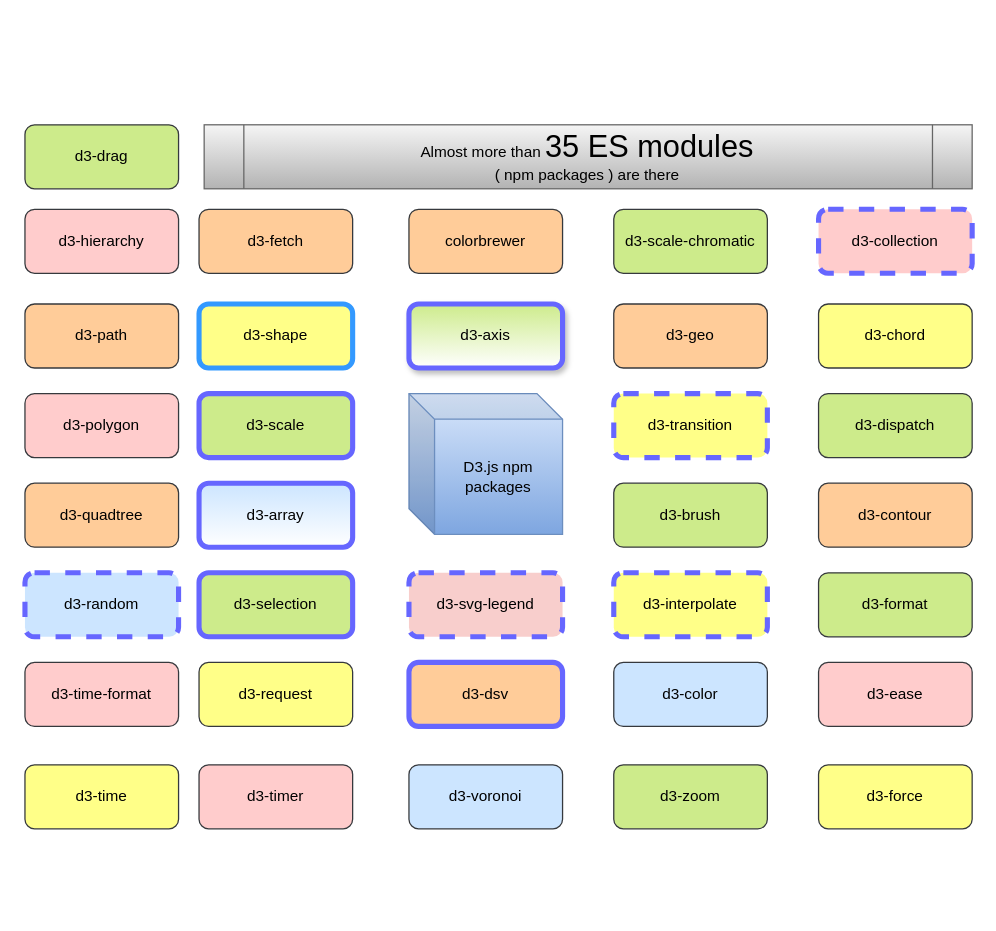
Before: page "D3 Packages" (4 of 8) of My Articles/d3/D3 Understanding.drawio in anbarasan-raji/books, a draw.io diagram. Source tidied: cells renumbered, new cells numbered last; positions are measured from the earlier drawing's top-left corner, leaving out a move shared by most shapes. Both pictures are drawn from the tidied source at 128%, with x=0, y=0 at pixel (24, 124).
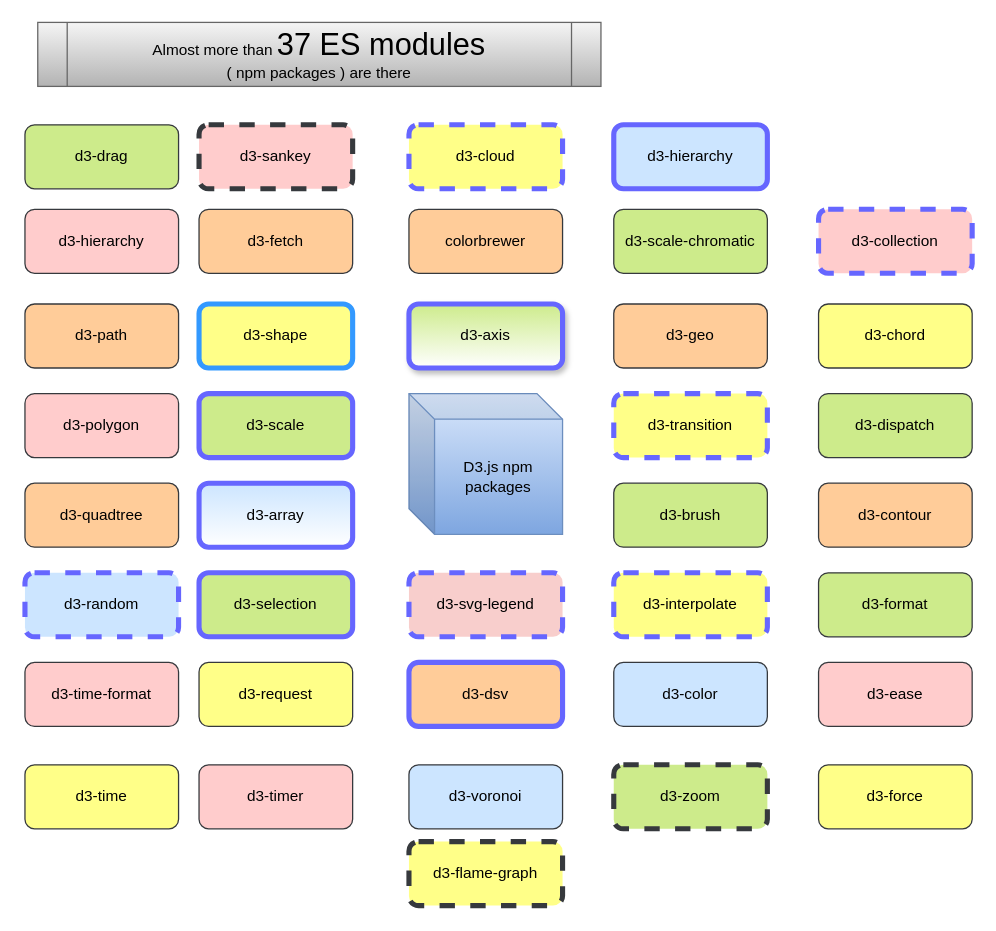
The same diagram, later.

Change to the diagram source:
```diff
@@
-    <mxCell id="33" value="d3-zoom" style="rounded=1;whiteSpace=wrap;html=1;fillColor=#cdeb8b;strokeColor=#36393d;" parent="1" vertex="1">
+    <mxCell id="33" value="d3-zoom" style="rounded=1;whiteSpace=wrap;html=1;fillColor=#cdeb8b;strokeColor=#36393d;dashed=1;strokeWidth=4;" parent="1" vertex="1">
       <mxGeometry x="460" y="500" width="120" height="50" as="geometry" />
     </mxCell>
@@
-    <mxCell id="37" value="Almost more than &lt;font style=&quot;font-size: 24px&quot;&gt;35 ES modules&lt;/font&gt; &lt;br&gt;( npm packages ) are there" style="shape=process;whiteSpace=wrap;html=1;backgroundOutline=1;size=0.05238095238095238;gradientColor=#b3b3b3;fillColor=#f5f5f5;strokeColor=#666666;" parent="1" vertex="1">
-      <mxGeometry x="140" width="600" height="50" as="geometry" />
+    <mxCell id="37" value="Almost more than &lt;font style=&quot;font-size: 24px&quot;&gt;37 ES modules&lt;/font&gt; &lt;br&gt;( npm packages ) are there" style="shape=process;whiteSpace=wrap;html=1;backgroundOutline=1;size=0.05238095238095238;gradientColor=#b3b3b3;fillColor=#f5f5f5;strokeColor=#666666;" parent="1" vertex="1">
+      <mxGeometry x="10" y="-80" width="440" height="50" as="geometry" />
     </mxCell>
+    <mxCell id="38" value="d3-sankey" style="rounded=1;whiteSpace=wrap;html=1;fillColor=#ffcccc;strokeColor=#36393d;strokeWidth=4;dashed=1;" parent="1" vertex="1">
+      <mxGeometry x="136" width="120" height="50" as="geometry" />
+    </mxCell>
+    <mxCell id="39" value="d3-cloud" style="rounded=1;whiteSpace=wrap;html=1;fillColor=#ffff88;strokeColor=#6666FF;strokeWidth=4;dashed=1;" parent="1" vertex="1">
+      <mxGeometry x="300" width="120" height="50" as="geometry" />
+    </mxCell>
+    <mxCell id="40" value="d3-hierarchy" style="rounded=1;whiteSpace=wrap;html=1;fillColor=#cce5ff;strokeColor=#6666FF;strokeWidth=4;" parent="1" vertex="1">
+      <mxGeometry x="460" width="120" height="50" as="geometry" />
+    </mxCell>
+    <mxCell id="41" value="d3-flame-graph" style="rounded=1;whiteSpace=wrap;html=1;fillColor=#ffff88;strokeColor=#36393d;dashed=1;strokeWidth=4;" parent="1" vertex="1">
+      <mxGeometry x="300" y="560" width="120" height="50" as="geometry" />
+    </mxCell>
```
